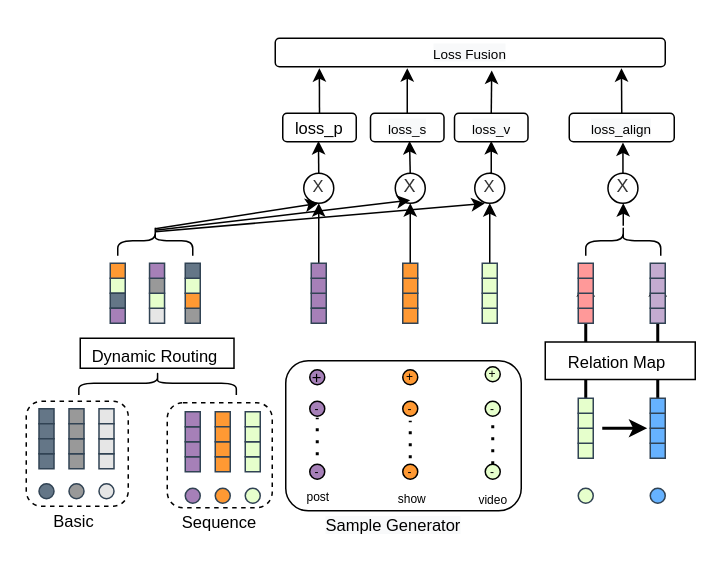
The draw.io diagram mmmm4p.drawio in ronxiao/hello-world, before the edit. Source tidied: cells renumbered, new cells numbered last; positions are measured from the earlier drawing's top-left corner, leaving out a move shared by most shapes. Both pictures are drawn from the tidied source at 150%, with x=0, y=0 at pixel (26, 38).
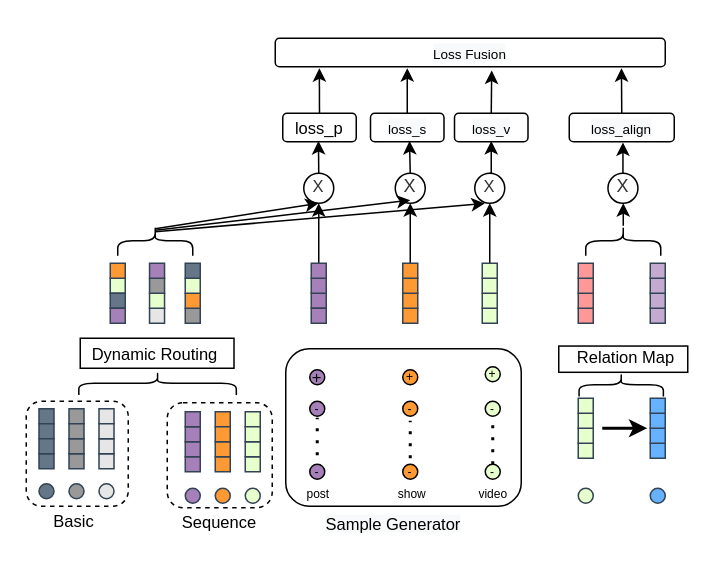
The same page after the edit.

The change refers to these unchanged cells:
```xml
<mxCell id="58" style="rounded=0;whiteSpace=wrap;html=1;fillColor=#E6FFCC;fontColor=#ffffff;strokeColor=#314354;" parent="1" vertex="1">
  <mxGeometry x="368" y="240" width="10" height="10" as="geometry" />
</mxCell>
<mxCell id="63" style="rounded=0;whiteSpace=wrap;html=1;fillColor=#66B2FF;fontColor=#ffffff;strokeColor=#314354;" parent="1" vertex="1">
  <mxGeometry x="416" y="240" width="10" height="10" as="geometry" />
</mxCell>
<mxCell id="70" style="rounded=0;whiteSpace=wrap;html=1;fillColor=#FF9999;fontColor=#ffffff;strokeColor=#314354;" parent="1" vertex="1">
  <mxGeometry x="368" y="150" width="10" height="10" as="geometry" />
</mxCell>
<mxCell id="74" style="rounded=0;whiteSpace=wrap;html=1;fillColor=#C3ABD0;fontColor=#ffffff;strokeColor=#314354;" parent="1" vertex="1">
  <mxGeometry x="416" y="150" width="10" height="10" as="geometry" />
</mxCell>
```

What changed in the source:
```diff
@@
     <mxCell id="21" value="&lt;font style=&quot;font-size: 11px&quot;&gt;Dynamic Routing&lt;/font&gt;" style="text;html=1;strokeColor=none;fillColor=none;align=center;verticalAlign=middle;whiteSpace=wrap;rounded=0;fontSize=15;" parent="1" vertex="1">
-      <mxGeometry x="36" y="195" width="100" height="30" as="geometry" />
+      <mxGeometry x="36" y="194" width="100" height="30" as="geometry" />
     </mxCell>
@@
-    <mxCell id="57" style="edgeStyle=orthogonalEdgeStyle;rounded=0;jettySize=auto;html=1;fontSize=11;strokeWidth=2;" parent="1" edge="1" source="58" target="70">
-      <mxGeometry relative="1" as="geometry" />
-    </mxCell>
@@
-    <mxCell id="62" style="edgeStyle=orthogonalEdgeStyle;rounded=0;jettySize=auto;html=1;fontSize=11;strokeWidth=2;" parent="1" edge="1" source="63" target="74">
-      <mxGeometry relative="1" as="geometry" />
-    </mxCell>
@@
     <mxCell id="65" style="rounded=0;whiteSpace=wrap;html=1;fontSize=11;" parent="1" vertex="1">
-      <mxGeometry x="346" y="202.5" width="100" height="25" as="geometry" />
+      <mxGeometry x="355" y="205.2" width="86" height="17.5" as="geometry" />
     </mxCell>
     <mxCell id="66" value="Relation Map" style="text;html=1;strokeColor=none;fillColor=none;align=center;verticalAlign=middle;whiteSpace=wrap;rounded=0;fontSize=11;" parent="1" vertex="1">
-      <mxGeometry x="339" y="205" width="110" height="21.8" as="geometry" />
+      <mxGeometry x="350" y="208" width="100" height="10" as="geometry" />
     </mxCell>
@@
     <mxCell id="75" style="rounded=1;whiteSpace=wrap;html=1;fontSize=8;fillColor=#FFFFFF;flipV=0;direction=south;" parent="1" vertex="1">
-      <mxGeometry x="173" y="215" width="157" height="100" as="geometry" />
+      <mxGeometry x="173" y="207" width="157" height="105" as="geometry" />
     </mxCell>
@@
     <mxCell id="79" value="&lt;font style=&quot;font-size: 8px&quot;&gt;post&amp;nbsp;&lt;/font&gt;" style="text;html=1;strokeColor=none;fillColor=none;align=center;verticalAlign=middle;whiteSpace=wrap;rounded=0;flipV=0;direction=south;" parent="1" vertex="1">
-      <mxGeometry x="175.8" y="290" width="40" height="30" as="geometry" />
+      <mxGeometry x="175.8" y="288" width="40" height="30" as="geometry" />
     </mxCell>
@@
     <mxCell id="89" value="&lt;span style=&quot;font-size: 8px&quot;&gt;show&lt;/span&gt;" style="text;html=1;strokeColor=none;fillColor=none;align=center;verticalAlign=middle;whiteSpace=wrap;rounded=0;" parent="1" vertex="1">
-      <mxGeometry x="234" y="291" width="47" height="30" as="geometry" />
+      <mxGeometry x="234" y="288" width="47" height="30" as="geometry" />
     </mxCell>
     <mxCell id="90" value="&lt;font style=&quot;font-size: 8px&quot;&gt;video&lt;/font&gt;" style="text;html=1;strokeColor=none;fillColor=none;align=center;verticalAlign=middle;whiteSpace=wrap;rounded=0;" parent="1" vertex="1">
-      <mxGeometry x="288" y="292" width="47" height="30" as="geometry" />
+      <mxGeometry x="288" y="288" width="47" height="30" as="geometry" />
     </mxCell>
     <mxCell id="91" value="&lt;span style=&quot;color: rgb(0, 0, 0); font-family: helvetica; font-size: 11px; font-style: normal; font-weight: 400; letter-spacing: normal; text-align: center; text-indent: 0px; text-transform: none; word-spacing: 0px; background-color: rgb(248, 249, 250); display: inline; float: none;&quot;&gt;Sample Generator&lt;/span&gt;" style="text;whiteSpace=wrap;html=1;" parent="1" vertex="1">
-      <mxGeometry x="197.5" y="311" width="120" height="30" as="geometry" />
+      <mxGeometry x="197.5" y="310" width="120" height="30" as="geometry" />
     </mxCell>
@@
+    <mxCell id="130" style="shape=curlyBracket;whiteSpace=wrap;html=1;rounded=1;flipH=1;fillColor=#E6E6E6;gradientColor=#ffffff;rotation=-90;" parent="1" vertex="1">
+      <mxGeometry x="388.9" y="202.9" width="15.5" height="56.2" as="geometry" />
+    </mxCell>
```
